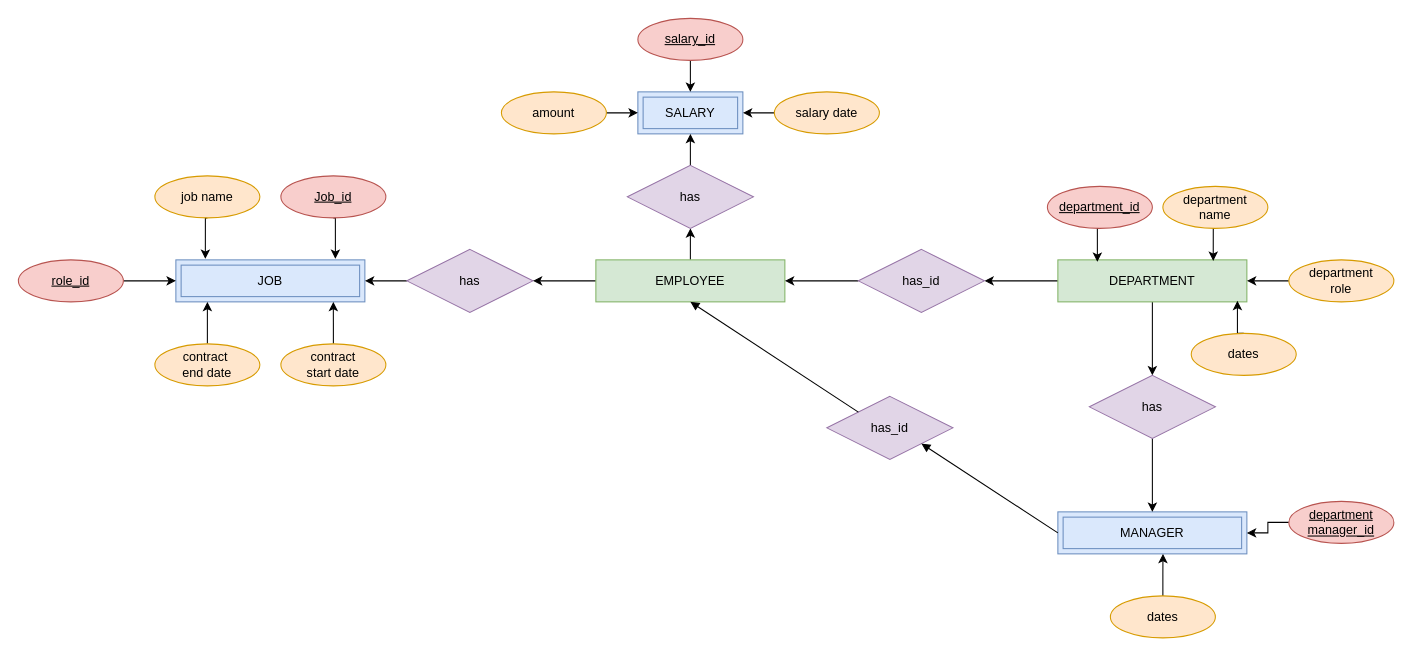
Earlier version of the draw.io diagram page "Conceptual - chen notation" (1 of 2) of Conceptual - manager.drawio (MariaFerreiraCCT/web_ca1). Source tidied: cells renumbered, new cells numbered last; positions are measured from the earlier drawing's top-left corner, leaving out a move shared by most shapes. Both pictures are drawn from the tidied source at 105%, with x=0, y=0 at pixel (18, 18).
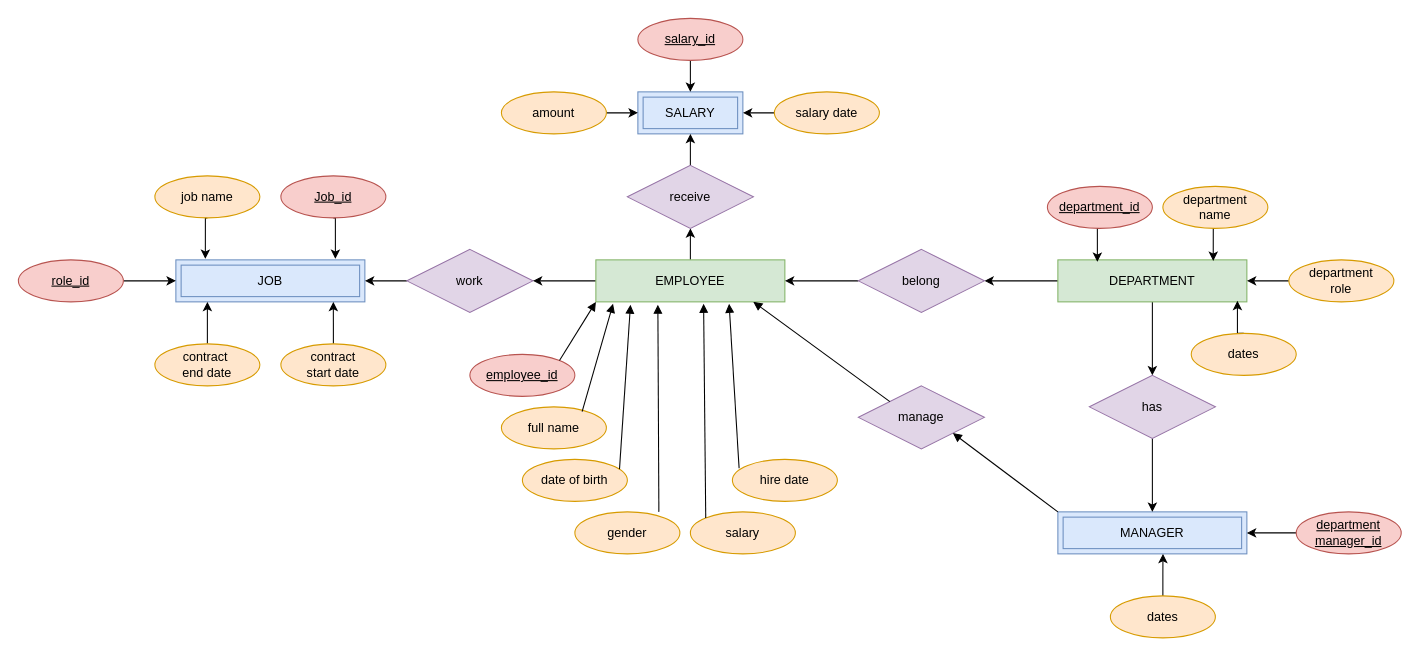
After the change.

The change refers to these unchanged cells:
```xml
<mxCell id="6" value="MANAGER" style="shape=ext;margin=3;double=1;whiteSpace=wrap;html=1;align=center;fillColor=#dae8fc;strokeColor=#6c8ebf;" parent="1" vertex="1">
  <mxGeometry x="990" y="470" width="180" height="40" as="geometry" />
</mxCell>
<mxCell id="22" value="EMPLOYEE" style="whiteSpace=wrap;html=1;align=center;fillColor=#d5e8d4;strokeColor=#82b366;" parent="1" vertex="1">
  <mxGeometry x="550" y="230" width="180" height="40" as="geometry" />
</mxCell>
```

Diff of the diagram source:
```diff
@@
-    <mxCell id="19" value="has" style="shape=rhombus;perimeter=rhombusPerimeter;whiteSpace=wrap;html=1;align=center;fillColor=#e1d5e7;strokeColor=#9673a6;" parent="1" vertex="1">
+    <mxCell id="19" value="work" style="shape=rhombus;perimeter=rhombusPerimeter;whiteSpace=wrap;html=1;align=center;fillColor=#e1d5e7;strokeColor=#9673a6;" parent="1" vertex="1">
       <mxGeometry x="370" y="220" width="120" height="60" as="geometry" />
     </mxCell>
@@
-    <mxCell id="24" value="has" style="shape=rhombus;perimeter=rhombusPerimeter;whiteSpace=wrap;html=1;align=center;fillColor=#e1d5e7;strokeColor=#9673a6;" parent="1" vertex="1">
+    <mxCell id="24" value="receive" style="shape=rhombus;perimeter=rhombusPerimeter;whiteSpace=wrap;html=1;align=center;fillColor=#e1d5e7;strokeColor=#9673a6;" parent="1" vertex="1">
       <mxGeometry x="580" y="140" width="120" height="60" as="geometry" />
     </mxCell>
@@
-    <mxCell id="32" value="has_id" style="shape=rhombus;perimeter=rhombusPerimeter;whiteSpace=wrap;html=1;align=center;fillColor=#e1d5e7;strokeColor=#9673a6;" parent="1" vertex="1">
+    <mxCell id="32" value="belong" style="shape=rhombus;perimeter=rhombusPerimeter;whiteSpace=wrap;html=1;align=center;fillColor=#e1d5e7;strokeColor=#9673a6;" parent="1" vertex="1">
       <mxGeometry x="800" y="220" width="120" height="60" as="geometry" />
     </mxCell>
@@
-    <mxCell id="39" value="has_id" style="shape=rhombus;perimeter=rhombusPerimeter;whiteSpace=wrap;html=1;align=center;fillColor=#e1d5e7;strokeColor=#9673a6;" parent="1" vertex="1">
-      <mxGeometry x="770" y="360" width="120" height="60" as="geometry" />
+    <mxCell id="39" value="manage" style="shape=rhombus;perimeter=rhombusPerimeter;whiteSpace=wrap;html=1;align=center;fillColor=#e1d5e7;strokeColor=#9673a6;" parent="1" vertex="1">
+      <mxGeometry x="800" y="350" width="120" height="60" as="geometry" />
     </mxCell>
@@
     <mxCell id="45" value="department&lt;br&gt;manager_id" style="ellipse;whiteSpace=wrap;html=1;align=center;fontStyle=4;fillColor=#f8cecc;strokeColor=#b85450;" parent="1" vertex="1">
-      <mxGeometry x="1210" y="460" width="100" height="40" as="geometry" />
+      <mxGeometry x="1217" y="470" width="100" height="40" as="geometry" />
     </mxCell>
@@
-    <mxCell id="48" style="html=1;verticalAlign=bottom;endArrow=block;rounded=0;strokeColor=#000000;fontColor=#143642;fillColor=#FAE5C7;exitX=0;exitY=0.5;exitDx=0;exitDy=0;entryX=1;entryY=1;entryDx=0;entryDy=0;" parent="1" edge="1" source="6" target="39">
+    <mxCell id="48" style="html=1;verticalAlign=bottom;endArrow=block;rounded=0;strokeColor=#000000;fontColor=#143642;fillColor=#FAE5C7;exitX=0;exitY=0;exitDx=0;exitDy=0;entryX=1;entryY=1;entryDx=0;entryDy=0;" parent="1" edge="1" source="6" target="39">
       <mxGeometry relative="1" as="geometry" />
     </mxCell>
-    <mxCell id="49" style="html=1;verticalAlign=bottom;endArrow=block;rounded=0;strokeColor=#000000;fontColor=#143642;fillColor=#FAE5C7;exitX=0;exitY=0;exitDx=0;exitDy=0;entryX=0.5;entryY=1;entryDx=0;entryDy=0;" parent="1" edge="1" source="39" target="22">
-      <mxGeometry relative="1" as="geometry" />
+    <mxCell id="49" style="html=1;verticalAlign=bottom;endArrow=block;rounded=0;strokeColor=#000000;fontColor=#143642;fillColor=#FAE5C7;exitX=0;exitY=0;exitDx=0;exitDy=0;" parent="1" edge="1" source="39">
+      <mxGeometry relative="1" as="geometry">
+        <mxPoint x="700" y="270" as="targetPoint" />
+      </mxGeometry>
     </mxCell>
+    <mxCell id="50" value="employee_id" style="ellipse;whiteSpace=wrap;html=1;align=center;fontStyle=4;fillColor=#f8cecc;strokeColor=#b85450;" parent="1" vertex="1">
+      <mxGeometry x="430" y="320" width="100" height="40" as="geometry" />
+    </mxCell>
+    <mxCell id="51" value="full name" style="ellipse;whiteSpace=wrap;html=1;align=center;fillColor=#ffe6cc;strokeColor=#d79b00;" parent="1" vertex="1">
+      <mxGeometry x="460" y="370" width="100" height="40" as="geometry" />
+    </mxCell>
+    <mxCell id="52" value="date of birth" style="ellipse;whiteSpace=wrap;html=1;align=center;fillColor=#ffe6cc;strokeColor=#d79b00;" parent="1" vertex="1">
+      <mxGeometry x="480" y="420" width="100" height="40" as="geometry" />
+    </mxCell>
+    <mxCell id="53" value="gender" style="ellipse;whiteSpace=wrap;html=1;align=center;fillColor=#ffe6cc;strokeColor=#d79b00;" parent="1" vertex="1">
+      <mxGeometry x="530" y="470" width="100" height="40" as="geometry" />
+    </mxCell>
+    <mxCell id="54" value="salary" style="ellipse;whiteSpace=wrap;html=1;align=center;fillColor=#ffe6cc;strokeColor=#d79b00;" parent="1" vertex="1">
+      <mxGeometry x="640" y="470" width="100" height="40" as="geometry" />
+    </mxCell>
+    <mxCell id="55" value="hire date" style="ellipse;whiteSpace=wrap;html=1;align=center;fillColor=#ffe6cc;strokeColor=#d79b00;" parent="1" vertex="1">
+      <mxGeometry x="680" y="420" width="100" height="40" as="geometry" />
+    </mxCell>
+    <mxCell id="56" style="html=1;verticalAlign=bottom;endArrow=block;rounded=0;strokeColor=#000000;fontColor=#143642;fillColor=#FAE5C7;exitX=1;exitY=0;exitDx=0;exitDy=0;entryX=0;entryY=1;entryDx=0;entryDy=0;" parent="1" edge="1" source="50" target="22">
+      <mxGeometry relative="1" as="geometry" />
+    </mxCell>
+    <mxCell id="57" style="html=1;verticalAlign=bottom;endArrow=block;rounded=0;strokeColor=#000000;fontColor=#143642;fillColor=#FAE5C7;exitX=0.769;exitY=0.112;exitDx=0;exitDy=0;entryX=0.091;entryY=1.047;entryDx=0;entryDy=0;exitPerimeter=0;entryPerimeter=0;" parent="1" edge="1" source="51" target="22">
+      <mxGeometry relative="1" as="geometry" />
+    </mxCell>
+    <mxCell id="58" style="html=1;verticalAlign=bottom;endArrow=block;rounded=0;strokeColor=#000000;fontColor=#143642;fillColor=#FAE5C7;exitX=0.925;exitY=0.232;exitDx=0;exitDy=0;entryX=0.183;entryY=1.068;entryDx=0;entryDy=0;exitPerimeter=0;entryPerimeter=0;" parent="1" edge="1" source="52" target="22">
+      <mxGeometry relative="1" as="geometry" />
+    </mxCell>
+    <mxCell id="59" style="html=1;verticalAlign=bottom;endArrow=block;rounded=0;strokeColor=#000000;fontColor=#143642;fillColor=#FAE5C7;exitX=0.8;exitY=0;exitDx=0;exitDy=0;entryX=0.328;entryY=1.068;entryDx=0;entryDy=0;exitPerimeter=0;entryPerimeter=0;" parent="1" edge="1" source="53" target="22">
+      <mxGeometry relative="1" as="geometry" />
+    </mxCell>
+    <mxCell id="60" style="html=1;verticalAlign=bottom;endArrow=block;rounded=0;strokeColor=#000000;fontColor=#143642;fillColor=#FAE5C7;exitX=0;exitY=0;exitDx=0;exitDy=0;entryX=0.57;entryY=1.047;entryDx=0;entryDy=0;entryPerimeter=0;" parent="1" edge="1" source="54" target="22">
+      <mxGeometry relative="1" as="geometry" />
+    </mxCell>
+    <mxCell id="61" style="html=1;verticalAlign=bottom;endArrow=block;rounded=0;strokeColor=#000000;fontColor=#143642;fillColor=#FAE5C7;exitX=0.064;exitY=0.21;exitDx=0;exitDy=0;entryX=0.705;entryY=1.047;entryDx=0;entryDy=0;entryPerimeter=0;exitPerimeter=0;" parent="1" edge="1" source="55" target="22">
+      <mxGeometry relative="1" as="geometry" />
+    </mxCell>
```
